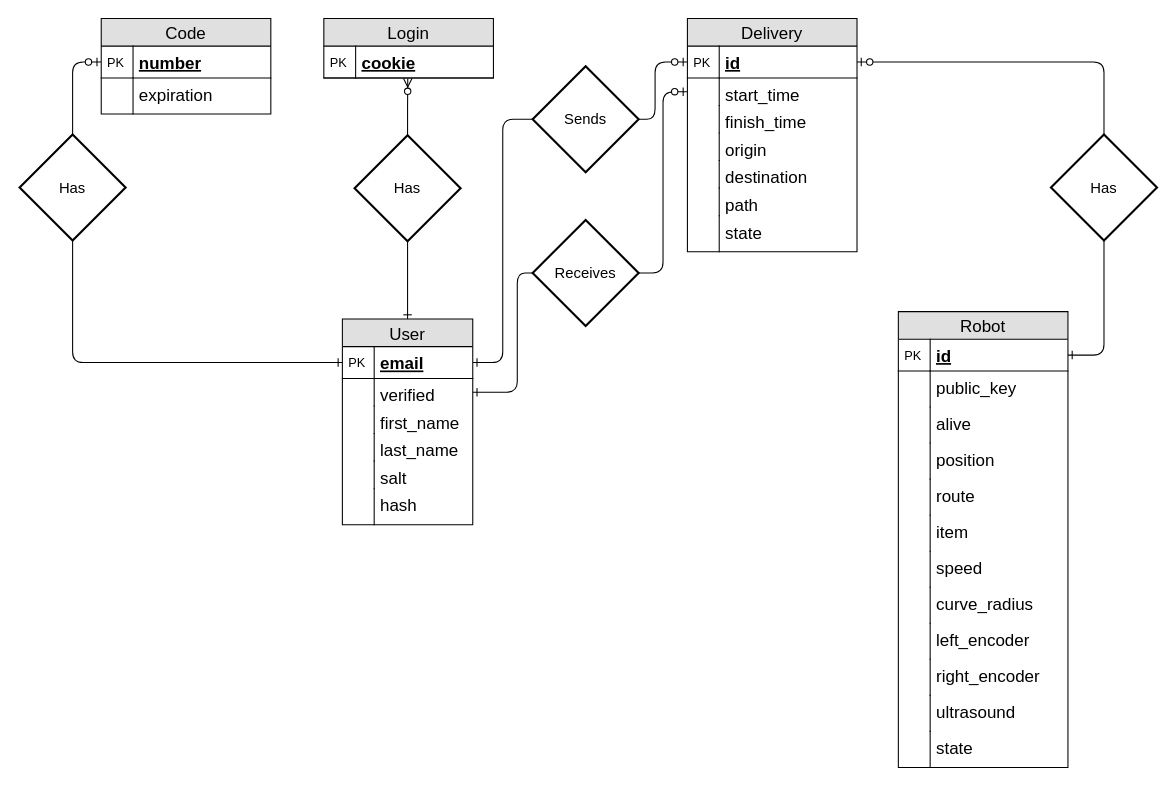
developedby/DLVR keeps this draw.io diagram as server/modeling/DB Model.drawio. Above is the earlier version. Source tidied: cells renumbered, new cells numbered last; positions are measured from the earlier drawing's top-left corner, leaving out a move shared by most shapes. Both pictures are drawn from the tidied source at 106%, with x=0, y=0 at pixel (19, 18).
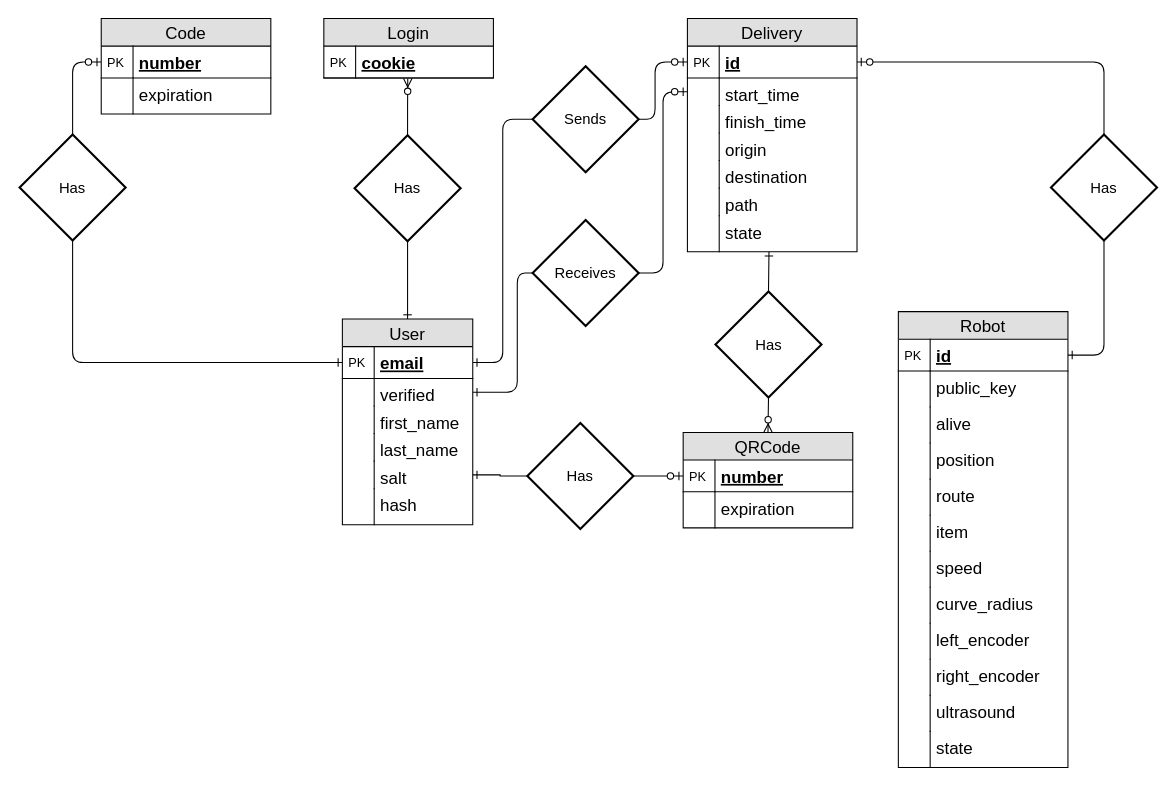
The same page after the edit.

The change refers to these unchanged cells:
```xml
<mxCell id="23" value="salt" style="shape=partialRectangle;top=0;left=0;right=0;bottom=0;align=left;verticalAlign=top;fillColor=none;spacingLeft=34;spacingRight=4;overflow=hidden;points=[[0,0.5],[1,0.5]];portConstraint=eastwest;fontSize=16;" parent="14" vertex="1">
  <mxGeometry y="134" width="123" height="26" as="geometry" />
</mxCell>
<mxCell id="70" value="state" style="shape=partialRectangle;top=0;left=0;right=0;bottom=0;align=left;verticalAlign=top;fillColor=none;spacingLeft=34;spacingRight=4;overflow=hidden;points=[[0,0.5],[1,0.5]];portConstraint=eastwest;fontSize=16;" parent="57" vertex="1">
  <mxGeometry y="186" width="160" height="34" as="geometry" />
</mxCell>
```

The edit, as a diff of the source:
```diff
@@
+    <mxCell id="78" value="QRCode" style="swimlane;fontStyle=0;horizontal=1;startSize=26;fillColor=#e0e0e0;swimlaneFillColor=#ffffff;align=center;fontSize=16;" parent="1" vertex="1">
+      <mxGeometry x="626" y="390.5" width="160" height="90" as="geometry" />
+    </mxCell>
+    <mxCell id="79" value="number" style="shape=partialRectangle;top=0;left=0;right=0;bottom=1;align=left;verticalAlign=middle;fillColor=none;spacingLeft=34;spacingRight=4;overflow=hidden;points=[[0,0.5],[1,0.5]];portConstraint=eastwest;fontStyle=5;fontSize=16;" parent="78" vertex="1">
+      <mxGeometry y="26" width="160" height="30" as="geometry" />
+    </mxCell>
+    <mxCell id="80" value="PK" style="shape=partialRectangle;top=0;left=0;bottom=0;fillColor=none;align=left;verticalAlign=middle;spacingLeft=4;spacingRight=4;overflow=hidden;fontSize=12;" parent="79" vertex="1">
+      <mxGeometry width="30" height="30" as="geometry" />
+    </mxCell>
+    <mxCell id="81" value="expiration" style="shape=partialRectangle;top=0;left=0;right=0;bottom=0;align=left;verticalAlign=top;fillColor=none;spacingLeft=34;spacingRight=4;overflow=hidden;fontSize=16;" parent="78" vertex="1">
+      <mxGeometry y="56" width="160" height="34" as="geometry" />
+    </mxCell>
+    <mxCell id="82" style="shape=partialRectangle;top=0;left=0;bottom=0;fillColor=none;align=left;verticalAlign=top;spacingLeft=4;spacingRight=4;overflow=hidden;fontSize=12;" parent="81" vertex="1">
+      <mxGeometry width="30" height="34" as="geometry" />
+    </mxCell>
+    <mxCell id="83" style="edgeStyle=orthogonalEdgeStyle;rounded=0;jettySize=auto;html=1;exitX=0.5;exitY=0;exitDx=0;exitDy=0;entryX=0.481;entryY=1;entryDx=0;entryDy=0;entryPerimeter=0;startArrow=none;startFill=0;endArrow=ERone;endFill=0;" parent="1" edge="1" source="85" target="70">
+      <mxGeometry relative="1" as="geometry" />
+    </mxCell>
+    <mxCell id="84" style="edgeStyle=orthogonalEdgeStyle;rounded=0;jettySize=auto;html=1;exitX=0.5;exitY=1;exitDx=0;exitDy=0;entryX=0.5;entryY=0;entryDx=0;entryDy=0;startArrow=none;startFill=0;endArrow=ERzeroToMany;endFill=1;" parent="1" edge="1" source="85" target="78">
+      <mxGeometry relative="1" as="geometry" />
+    </mxCell>
+    <mxCell id="85" value="Has" style="shape=rhombus;strokeWidth=2;fontSize=17;perimeter=rhombusPerimeter;whiteSpace=wrap;html=1;align=center;fontSize=14;" parent="1" vertex="1">
+      <mxGeometry x="656.5" y="257.5" width="100" height="100" as="geometry" />
+    </mxCell>
+    <mxCell id="86" style="edgeStyle=orthogonalEdgeStyle;rounded=0;jettySize=auto;html=1;exitX=1;exitY=0.5;exitDx=0;exitDy=0;entryX=0;entryY=0.5;entryDx=0;entryDy=0;startArrow=none;startFill=0;endArrow=ERzeroToOne;endFill=1;" parent="1" edge="1" source="88" target="79">
+      <mxGeometry relative="1" as="geometry" />
+    </mxCell>
+    <mxCell id="87" style="edgeStyle=orthogonalEdgeStyle;rounded=0;jettySize=auto;html=1;exitX=0;exitY=0.5;exitDx=0;exitDy=0;entryX=1;entryY=0.5;entryDx=0;entryDy=0;startArrow=none;startFill=0;endArrow=ERone;endFill=0;" parent="1" edge="1" source="88" target="23">
+      <mxGeometry relative="1" as="geometry" />
+    </mxCell>
+    <mxCell id="88" value="Has" style="shape=rhombus;strokeWidth=2;fontSize=17;perimeter=rhombusPerimeter;whiteSpace=wrap;html=1;align=center;fontSize=14;" parent="1" vertex="1">
+      <mxGeometry x="479" y="381.5" width="100" height="100" as="geometry" />
+    </mxCell>
```
